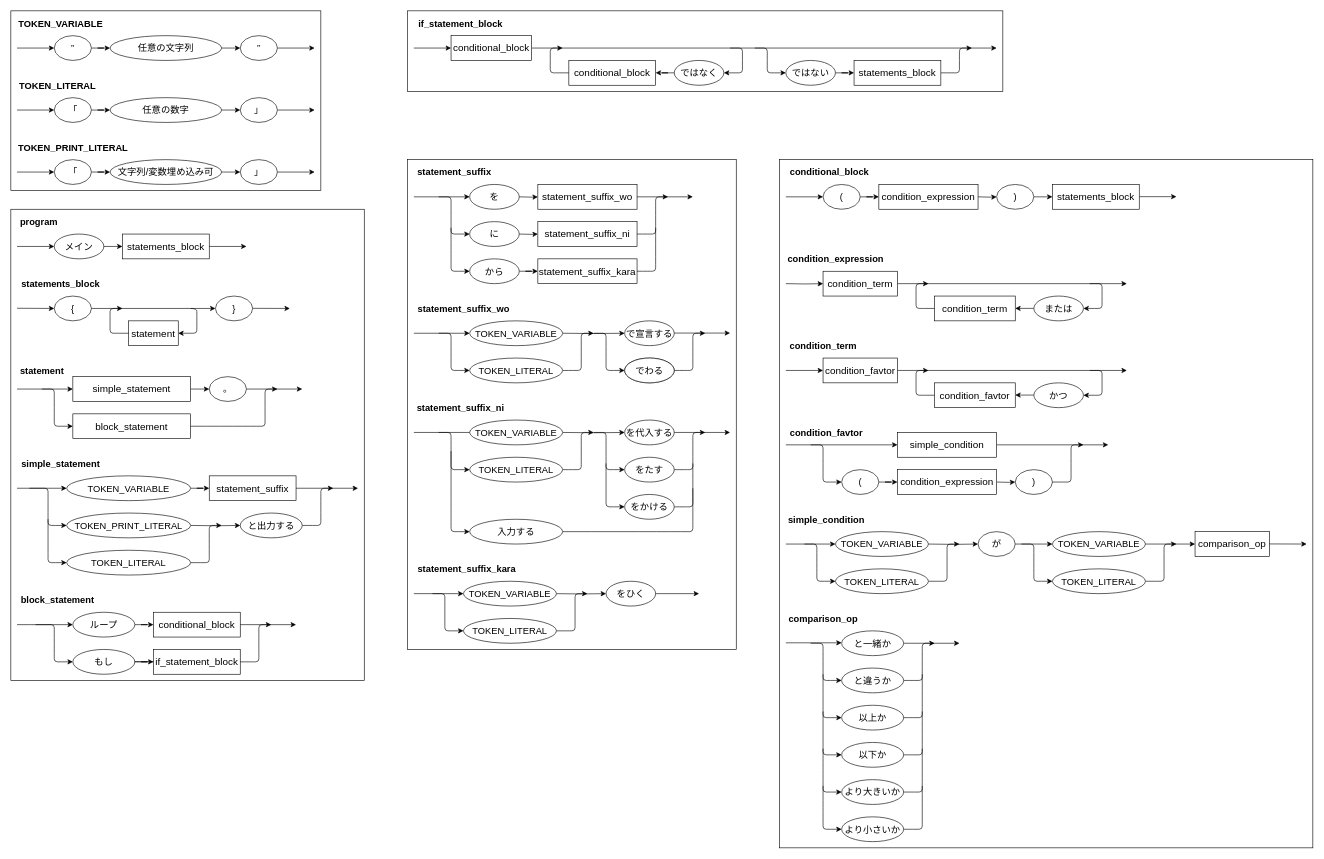
Before: docs/japanese_c_lang.drawio in NAoMi-1242/japanese_c_lang, a draw.io diagram. Source tidied: cells renumbered, new cells numbered last; positions are measured from the earlier drawing's top-left corner, leaving out a move shared by most shapes. Both pictures are drawn from the tidied source at 62%, with x=0, y=0 at pixel (11, 11).
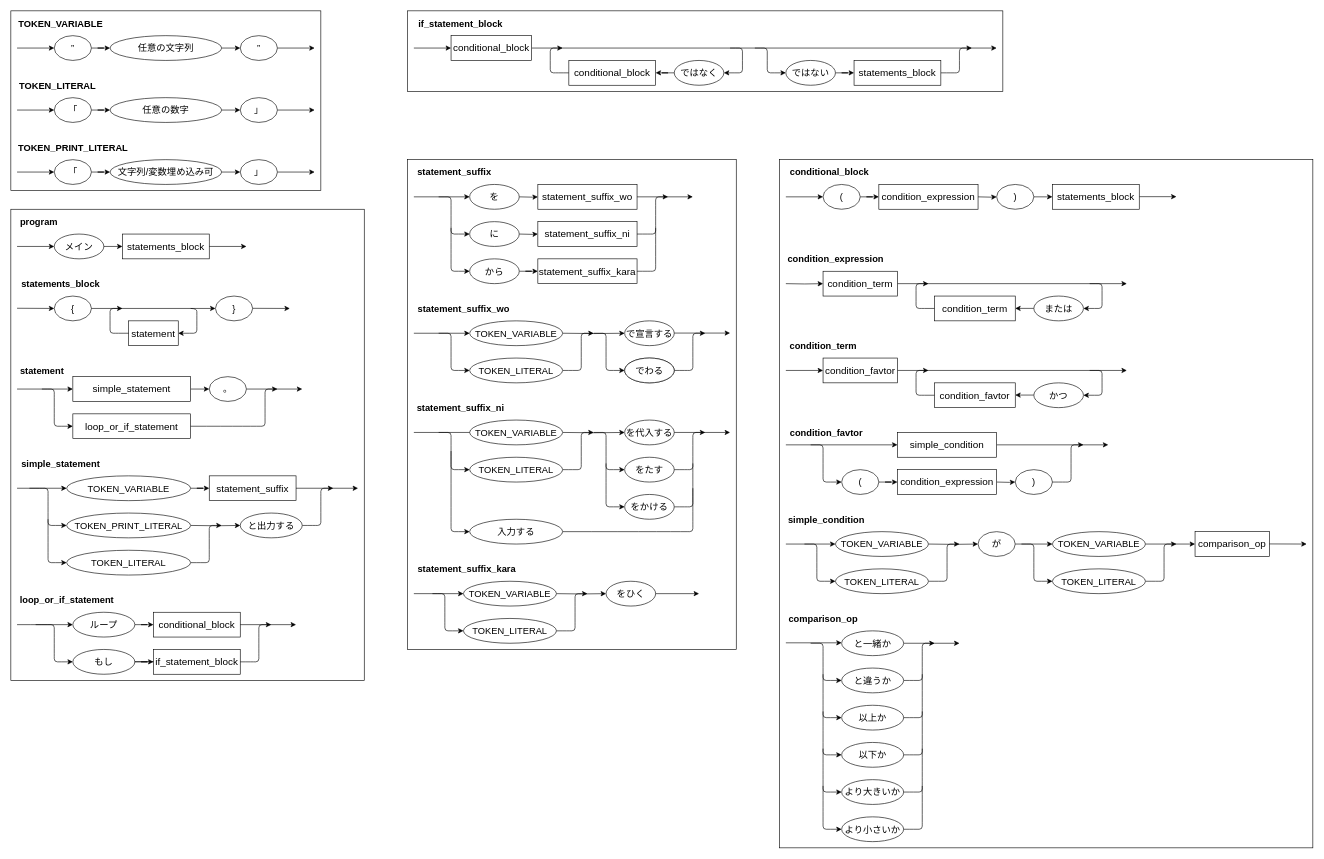
The same diagram, later.

Commit message (it also covers changes not shown here):
BNFの文法を更新し、block_statementをloop_or_if_statementに変更

What changed in the source:
```diff
@@
-    <mxCell id="150" value="block_statement" style="text;strokeColor=none;fillColor=none;html=1;fontSize=15;fontStyle=1;verticalAlign=middle;align=center;" parent="1" vertex="1">
-      <mxGeometry x="10" y="940" width="130" height="20" as="geometry" />
+    <mxCell id="150" value="loop_or_if_statement" style="text;strokeColor=none;fillColor=none;html=1;fontSize=15;fontStyle=1;verticalAlign=middle;align=center;" parent="1" vertex="1">
+      <mxGeometry x="10" y="940" width="160" height="20" as="geometry" />
     </mxCell>
@@
-    <mxCell id="165" value="block_statement" style="rounded=0;whiteSpace=wrap;html=1;fontSize=16;" parent="1" vertex="1">
+    <mxCell id="165" value="loop_or_if_statement" style="rounded=0;whiteSpace=wrap;html=1;fontSize=16;" parent="1" vertex="1">
       <mxGeometry x="100" y="650" width="190" height="40" as="geometry" />
     </mxCell>
```
